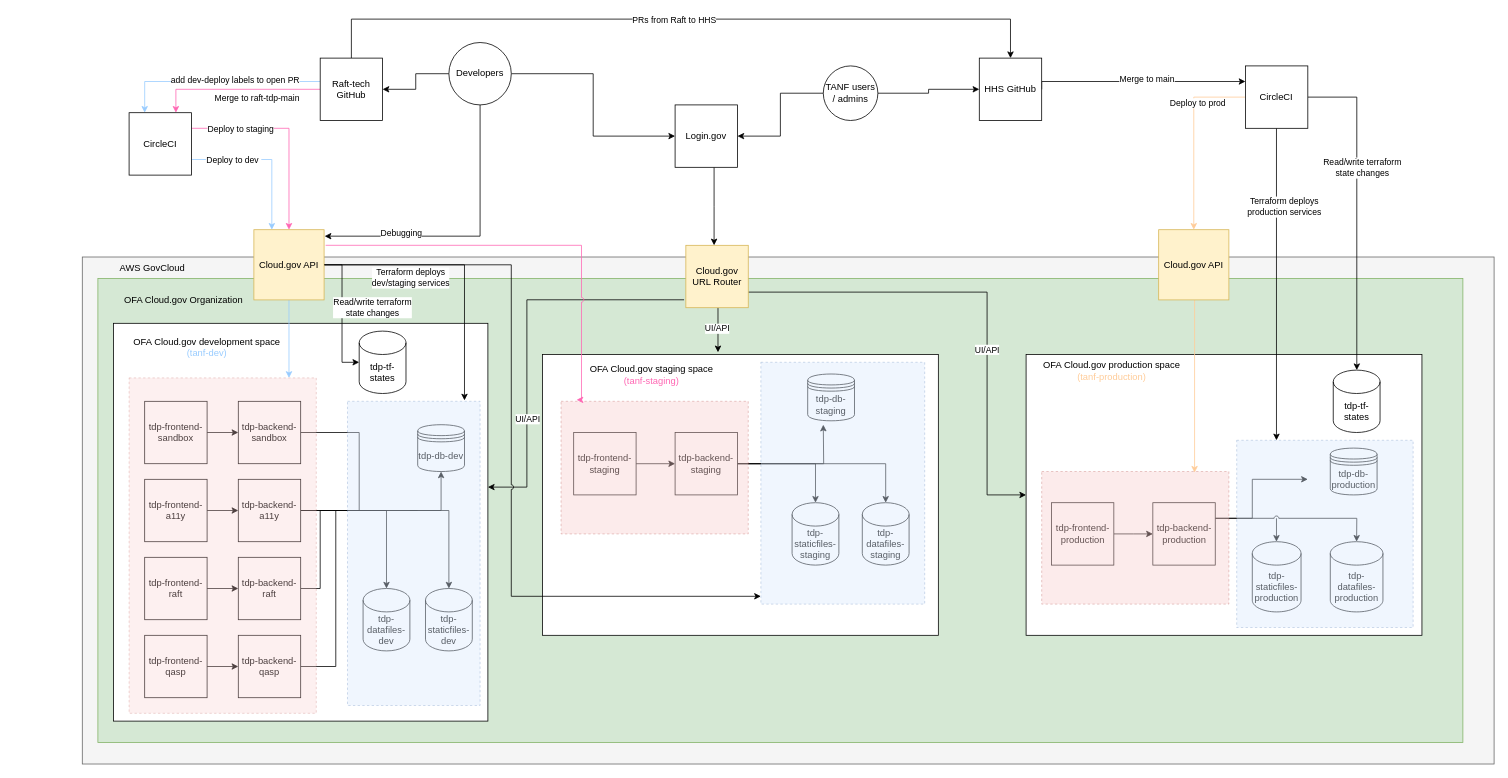
This is docs/Technical-Documentation/diagrams/tdp-environment-architecture.drawio from HHS/TANF-app, a draw.io file, before an edit. Source tidied: cells renumbered, new cells numbered last; positions are measured from the earlier drawing's top-left corner, leaving out a move shared by most shapes. Both pictures are drawn from the tidied source at 78%, with x=0, y=0 at pixel (82, 19).
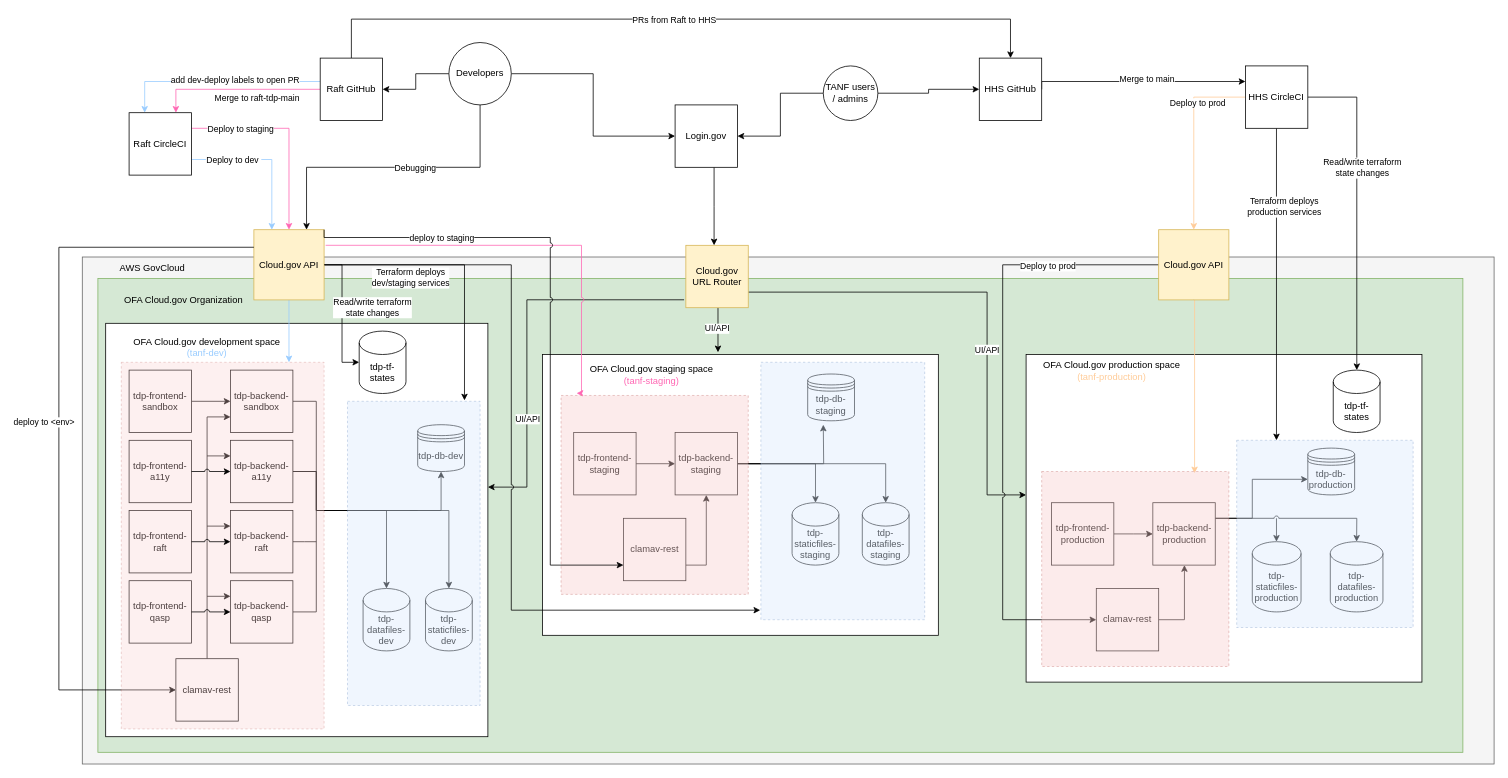
The same diagram, later.

Commit message (it also covers changes not shown here):
fix: Update diagram and docs with clamav and circleci details

Unchanged cells that the change refers to:
```xml
<mxCell id="35" value="Cloud.gov API" style="whiteSpace=wrap;html=1;fillColor=#fff2cc;strokeColor=#d6b656;" parent="1" vertex="1">
  <mxGeometry x="220" y="270" width="90" height="90" as="geometry" />
</mxCell>
<mxCell id="40" value="tdp-staticfiles-dev" style="shape=cylinder3;whiteSpace=wrap;html=1;boundedLbl=1;backgroundOutline=1;size=15;" parent="1" vertex="1">
  <mxGeometry x="440" y="730" width="60" height="80" as="geometry" />
</mxCell>
<mxCell id="41" value="tdp-datafiles-dev" style="shape=cylinder3;whiteSpace=wrap;html=1;boundedLbl=1;backgroundOutline=1;size=15;" parent="1" vertex="1">
  <mxGeometry x="360" y="730" width="60" height="80" as="geometry" />
</mxCell>
<mxCell id="68" value="tdp-backend-staging" style="whiteSpace=wrap;html=1;" parent="1" vertex="1">
  <mxGeometry x="760" y="530" width="80" height="80" as="geometry" />
</mxCell>
<mxCell id="77" value="tdp-backend-production" style="whiteSpace=wrap;html=1;" parent="1" vertex="1">
  <mxGeometry x="1372.5" y="620" width="80" height="80" as="geometry" />
</mxCell>
<mxCell id="87" value="Cloud.gov API" style="whiteSpace=wrap;html=1;fillColor=#fff2cc;strokeColor=#d6b656;" parent="1" vertex="1">
  <mxGeometry x="1380" y="270" width="90" height="90" as="geometry" />
</mxCell>
<mxCell id="101" value="Developers" style="ellipse;whiteSpace=wrap;html=1;strokeColor=#000000;fillColor=#ffffff;gradientColor=none;" parent="1" vertex="1">
  <mxGeometry x="470" y="30" width="80" height="80" as="geometry" />
</mxCell>
```

Diff of the diagram source:
```diff
@@
     <mxCell id="3" style="rounded=0;whiteSpace=wrap;html=1;fillColor=#d5e8d4;strokeColor=#82b366;" parent="1" vertex="1">
-      <mxGeometry x="20" y="332.5" width="1750" height="595" as="geometry" />
+      <mxGeometry x="20" y="332.5" width="1750" height="607.5" as="geometry" />
     </mxCell>
@@
     <mxCell id="6" style="rounded=0;whiteSpace=wrap;html=1;" parent="1" vertex="1">
-      <mxGeometry x="1210" y="430" width="507.5" height="360" as="geometry" />
+      <mxGeometry x="1210" y="430" width="507.5" height="420" as="geometry" />
     </mxCell>
@@
-    <mxCell id="18" value="Raft-tech GitHub" style="whiteSpace=wrap;html=1;" parent="1" vertex="1">
+    <mxCell id="18" value="Raft GitHub" style="whiteSpace=wrap;html=1;" parent="1" vertex="1">
       <mxGeometry x="305" y="50" width="80" height="80" as="geometry" />
     </mxCell>
@@
-    <mxCell id="23" value="CircleCI" style="whiteSpace=wrap;html=1;" parent="1" vertex="1">
+    <mxCell id="23" value="Raft CircleCI" style="whiteSpace=wrap;html=1;" parent="1" vertex="1">
       <mxGeometry x="60" y="120" width="80" height="80" as="geometry" />
     </mxCell>
@@
     <mxCell id="26" style="rounded=0;whiteSpace=wrap;html=1;" parent="1" vertex="1">
-      <mxGeometry x="40" y="390" width="480" height="510" as="geometry" />
+      <mxGeometry x="30" y="390" width="490" height="530" as="geometry" />
     </mxCell>
@@
     <mxCell id="43" value="tdp-frontend-sandbox" style="whiteSpace=wrap;html=1;" parent="1" vertex="1">
-      <mxGeometry x="80" y="490" width="80" height="80" as="geometry" />
+      <mxGeometry x="60" y="450" width="80" height="80" as="geometry" />
     </mxCell>
     <mxCell id="44" style="edgeStyle=elbowEdgeStyle;rounded=0;jettySize=auto;html=1;endArrow=none;endFill=0;" parent="1" edge="1" source="45">
       <mxGeometry relative="1" as="geometry">
         <mxPoint x="430" y="630" as="targetPoint" />
+        <Array as="points">
+          <mxPoint x="300" y="570" />
+        </Array>
       </mxGeometry>
     </mxCell>
     <mxCell id="45" value="tdp-backend-sandbox" style="whiteSpace=wrap;html=1;" parent="1" vertex="1">
-      <mxGeometry x="200" y="490" width="80" height="80" as="geometry" />
+      <mxGeometry x="190" y="450" width="80" height="80" as="geometry" />
     </mxCell>
-    <mxCell id="46" style="edgeStyle=orthogonalEdgeStyle;rounded=0;jettySize=auto;html=1;entryX=0;entryY=0.5;entryDx=0;entryDy=0;" parent="1" edge="1" source="47" target="50">
-      <mxGeometry relative="1" as="geometry" />
-    </mxCell>
     <mxCell id="47" value="tdp-frontend-a11y" style="whiteSpace=wrap;html=1;" parent="1" vertex="1">
-      <mxGeometry x="80" y="590" width="80" height="80" as="geometry" />
+      <mxGeometry x="60" y="540" width="80" height="80" as="geometry" />
     </mxCell>
     <mxCell id="48" style="edgeStyle=orthogonalEdgeStyle;rounded=0;jettySize=auto;html=1;" parent="1" edge="1" source="50" target="41">
-      <mxGeometry relative="1" as="geometry" />
+      <mxGeometry relative="1" as="geometry">
+        <Array as="points">
+          <mxPoint x="300" y="580" />
+          <mxPoint x="300" y="630" />
+          <mxPoint x="390" y="630" />
+        </Array>
+      </mxGeometry>
     </mxCell>
-    <mxCell id="49" style="edgeStyle=orthogonalEdgeStyle;rounded=0;jettySize=auto;html=1;" parent="1" edge="1" source="50" target="40">
-      <mxGeometry relative="1" as="geometry" />
+    <mxCell id="49" style="edgeStyle=orthogonalEdgeStyle;rounded=0;jettySize=auto;html=1;exitX=1;exitY=0.5;exitDx=0;exitDy=0;" parent="1" edge="1" source="50" target="40">
+      <mxGeometry relative="1" as="geometry">
+        <Array as="points">
+          <mxPoint x="300" y="580" />
+          <mxPoint x="300" y="630" />
+          <mxPoint x="470" y="630" />
+        </Array>
+      </mxGeometry>
     </mxCell>
+    <mxCell id="109" style="edgeStyle=orthogonalEdgeStyle;rounded=0;jettySize=auto;html=1;exitX=0;exitY=0.25;exitDx=0;exitDy=0;endArrow=none;endFill=0;startArrow=classic;startFill=1;" parent="1" edge="1" source="50">
+      <mxGeometry relative="1" as="geometry">
+        <mxPoint x="160" y="560.1" as="targetPoint" />
+      </mxGeometry>
+    </mxCell>
     <mxCell id="50" value="tdp-backend-a11y" style="whiteSpace=wrap;html=1;" parent="1" vertex="1">
-      <mxGeometry x="200" y="590" width="80" height="80" as="geometry" />
+      <mxGeometry x="190" y="540" width="80" height="80" as="geometry" />
     </mxCell>
-    <mxCell id="51" style="edgeStyle=orthogonalEdgeStyle;rounded=0;jettySize=auto;html=1;" parent="1" edge="1" source="52" target="54">
-      <mxGeometry relative="1" as="geometry" />
-    </mxCell>
     <mxCell id="52" value="tdp-frontend-raft" style="whiteSpace=wrap;html=1;" parent="1" vertex="1">
-      <mxGeometry x="80" y="690" width="80" height="80" as="geometry" />
+      <mxGeometry x="60" y="630" width="80" height="80" as="geometry" />
     </mxCell>
     <mxCell id="53" style="edgeStyle=elbowEdgeStyle;rounded=0;jettySize=auto;html=1;endArrow=none;endFill=0;" parent="1" edge="1" source="54">
       <mxGeometry relative="1" as="geometry">
-        <mxPoint x="330" y="630" as="targetPoint" />
+        <mxPoint x="300" y="670" as="targetPoint" />
       </mxGeometry>
     </mxCell>
+    <mxCell id="110" style="edgeStyle=orthogonalEdgeStyle;rounded=0;jettySize=auto;html=1;exitX=0;exitY=0.25;exitDx=0;exitDy=0;endArrow=none;endFill=0;startArrow=classic;startFill=1;" parent="1" edge="1" source="54">
+      <mxGeometry relative="1" as="geometry">
+        <mxPoint x="160" y="649.9" as="targetPoint" />
+      </mxGeometry>
+    </mxCell>
     <mxCell id="54" value="tdp-backend-raft" style="whiteSpace=wrap;html=1;" parent="1" vertex="1">
-      <mxGeometry x="200" y="690" width="80" height="80" as="geometry" />
+      <mxGeometry x="190" y="630" width="80" height="80" as="geometry" />
     </mxCell>
-    <mxCell id="55" style="edgeStyle=orthogonalEdgeStyle;rounded=0;jettySize=auto;html=1;entryX=0;entryY=0.5;entryDx=0;entryDy=0;" parent="1" edge="1" source="56" target="58">
-      <mxGeometry relative="1" as="geometry" />
-    </mxCell>
     <mxCell id="56" value="tdp-frontend-qasp" style="whiteSpace=wrap;html=1;" parent="1" vertex="1">
-      <mxGeometry x="80" y="790" width="80" height="80" as="geometry" />
+      <mxGeometry x="60" y="720" width="80" height="80" as="geometry" />
     </mxCell>
     <mxCell id="57" style="edgeStyle=elbowEdgeStyle;rounded=0;jettySize=auto;html=1;endArrow=none;endFill=0;" parent="1" edge="1" source="58">
       <mxGeometry relative="1" as="geometry">
-        <mxPoint x="370" y="630" as="targetPoint" />
+        <mxPoint x="300" y="630" as="targetPoint" />
+        <Array as="points">
+          <mxPoint x="300" y="700" />
+        </Array>
       </mxGeometry>
     </mxCell>
+    <mxCell id="111" style="edgeStyle=orthogonalEdgeStyle;rounded=0;jettySize=auto;html=1;exitX=0;exitY=0.25;exitDx=0;exitDy=0;endArrow=none;endFill=0;startArrow=classic;startFill=1;" parent="1" edge="1" source="58">
+      <mxGeometry relative="1" as="geometry">
+        <mxPoint x="160" y="740.1" as="targetPoint" />
+      </mxGeometry>
+    </mxCell>
     <mxCell id="58" value="tdp-backend-qasp" style="whiteSpace=wrap;html=1;" parent="1" vertex="1">
-      <mxGeometry x="200" y="790" width="80" height="80" as="geometry" />
+      <mxGeometry x="190" y="720" width="80" height="80" as="geometry" />
     </mxCell>
@@
-    <mxCell id="79" style="rounded=0;whiteSpace=wrap;html=1;dashed=1;fillColor=#f8cecc;strokeColor=#b85450;opacity=40;" parent="1" vertex="1">
-      <mxGeometry x="1230" y="580" width="240" height="170" as="geometry" />
-    </mxCell>
-    <mxCell id="80" style="rounded=0;whiteSpace=wrap;html=1;dashed=1;fillColor=#f8cecc;strokeColor=#b85450;opacity=30;" parent="1" vertex="1">
-      <mxGeometry x="60" y="460" width="240" height="430" as="geometry" />
-    </mxCell>
-    <mxCell id="81" style="rounded=0;whiteSpace=wrap;html=1;dashed=1;fillColor=#f8cecc;strokeColor=#b85450;opacity=40;" parent="1" vertex="1">
-      <mxGeometry x="613.8" y="490" width="240" height="170" as="geometry" />
-    </mxCell>
-    <mxCell id="82" style="edgeStyle=elbowEdgeStyle;rounded=0;jettySize=auto;html=1;startArrow=none;startFill=0;endArrow=classic;endFill=1;jumpStyle=arc;" parent="1" edge="1" source="35" target="105">
+    <mxCell id="82" style="edgeStyle=elbowEdgeStyle;rounded=0;jettySize=auto;html=1;startArrow=none;startFill=0;endArrow=classic;endFill=1;jumpStyle=arc;entryX=-0.004;entryY=0.963;entryDx=0;entryDy=0;entryPerimeter=0;" parent="1" edge="1" source="35" target="105">
       <mxGeometry relative="1" as="geometry">
         <Array as="points">
           <mxPoint x="550" y="740" />
           <mxPoint x="970" y="380" />
         </Array>
       </mxGeometry>
     </mxCell>
@@
+    <mxCell id="112" style="edgeStyle=elbowEdgeStyle;rounded=0;jumpStyle=arc;jettySize=auto;elbow=vertical;html=1;startArrow=none;startFill=0;endArrow=classic;endFill=1;" parent="1" edge="1" source="87" target="3">
+      <mxGeometry relative="1" as="geometry" />
+    </mxCell>
+    <mxCell id="113" style="edgeStyle=elbowEdgeStyle;rounded=0;jumpStyle=arc;jettySize=auto;html=1;entryX=0;entryY=0.5;entryDx=0;entryDy=0;startArrow=none;startFill=0;endArrow=classic;endFill=1;exitX=0;exitY=0.5;exitDx=0;exitDy=0;" parent="1" edge="1" source="87" target="120">
+      <mxGeometry relative="1" as="geometry">
+        <Array as="points">
+          <mxPoint x="1180" y="540" />
+        </Array>
+      </mxGeometry>
+    </mxCell>
+    <mxCell id="114" value="Deploy to prod" style="edgeLabel;html=1;align=center;verticalAlign=middle;" parent="113" vertex="1">
+      <mxGeometry x="-0.63" y="1" relative="1" as="geometry" />
+    </mxCell>
@@
-    <mxCell id="97" value="CircleCI" style="whiteSpace=wrap;html=1;" parent="1" vertex="1">
+    <mxCell id="97" value="HHS CircleCI" style="whiteSpace=wrap;html=1;" parent="1" vertex="1">
       <mxGeometry x="1491.2" y="60" width="80" height="80" as="geometry" />
     </mxCell>
@@
-    <mxCell id="99" style="edgeStyle=elbowEdgeStyle;rounded=0;jumpStyle=arc;jettySize=auto;html=1;entryX=1.008;entryY=0.092;entryDx=0;entryDy=0;startArrow=none;startFill=0;endArrow=classic;endFill=1;strokeColor=#000000;entryPerimeter=0;" parent="1" edge="1" source="101" target="35">
-      <mxGeometry relative="1" as="geometry">
-        <Array as="points">
-          <mxPoint x="510" y="190" />
-        </Array>
-      </mxGeometry>
+    <mxCell id="99" style="edgeStyle=elbowEdgeStyle;rounded=0;jumpStyle=arc;jettySize=auto;html=1;startArrow=none;startFill=0;endArrow=classic;endFill=1;strokeColor=#000000;exitX=0.5;exitY=1;exitDx=0;exitDy=0;entryX=0.75;entryY=0;entryDx=0;entryDy=0;elbow=vertical;" parent="1" edge="1" source="101" target="35">
+      <mxGeometry relative="1" as="geometry" />
     </mxCell>
     <mxCell id="100" value="Debugging" style="edgeLabel;html=1;align=center;verticalAlign=middle;" parent="99" vertex="1">
-      <mxGeometry x="0.47" y="-4" relative="1" as="geometry" />
+      <mxGeometry x="0.47" y="-4" relative="1" as="geometry">
+        <mxPoint x="117" y="4" as="offset" />
+      </mxGeometry>
     </mxCell>
@@
     <mxCell id="105" style="rounded=0;whiteSpace=wrap;html=1;dashed=1;fillColor=#dae8fc;strokeColor=#6c8ebf;opacity=40;" parent="1" vertex="1">
-      <mxGeometry x="870" y="440" width="210" height="310" as="geometry" />
+      <mxGeometry x="870" y="440" width="210" height="330" as="geometry" />
     </mxCell>
+    <mxCell id="115" style="edgeStyle=orthogonalEdgeStyle;rounded=0;jettySize=auto;html=1;endArrow=classic;endFill=1;entryX=0;entryY=0.75;entryDx=0;entryDy=0;" parent="1" edge="1" source="116" target="45">
+      <mxGeometry relative="1" as="geometry">
+        <Array as="points">
+          <mxPoint x="160" y="510" />
+        </Array>
+      </mxGeometry>
+    </mxCell>
+    <mxCell id="116" value="clamav-rest" style="whiteSpace=wrap;html=1;" parent="1" vertex="1">
+      <mxGeometry x="120" y="820" width="80" height="80" as="geometry" />
+    </mxCell>
@@
     <mxCell id="107" value="tdp-db-production" style="shape=datastore;whiteSpace=wrap;html=1;strokeColor=#000000;fillColor=#ffffff;gradientColor=none;" parent="1" vertex="1">
-      <mxGeometry x="1600" y="550" width="60" height="60" as="geometry" />
+      <mxGeometry x="1571.2" y="550" width="60" height="60" as="geometry" />
     </mxCell>
@@
+    <mxCell id="117" style="edgeStyle=orthogonalEdgeStyle;rounded=0;jumpStyle=arc;jettySize=auto;html=1;startArrow=none;startFill=0;endArrow=classic;endFill=1;" parent="1" edge="1" source="118" target="68">
+      <mxGeometry relative="1" as="geometry">
+        <Array as="points">
+          <mxPoint x="800" y="700" />
+        </Array>
+      </mxGeometry>
+    </mxCell>
+    <mxCell id="118" value="clamav-rest" style="whiteSpace=wrap;html=1;" parent="1" vertex="1">
+      <mxGeometry x="693.8" y="640" width="80" height="80" as="geometry" />
+    </mxCell>
+    <mxCell id="119" style="edgeStyle=elbowEdgeStyle;rounded=0;jumpStyle=arc;jettySize=auto;html=1;entryX=0.5;entryY=1;entryDx=0;entryDy=0;startArrow=none;startFill=0;endArrow=classic;endFill=1;exitX=1;exitY=0.5;exitDx=0;exitDy=0;" parent="1" edge="1" source="120" target="77">
+      <mxGeometry relative="1" as="geometry">
+        <Array as="points">
+          <mxPoint x="1413" y="730" />
+        </Array>
+      </mxGeometry>
+    </mxCell>
+    <mxCell id="120" value="clamav-rest" style="whiteSpace=wrap;html=1;" parent="1" vertex="1">
+      <mxGeometry x="1300" y="730" width="80" height="80" as="geometry" />
+    </mxCell>
+    <mxCell id="121" style="edgeStyle=orthogonalEdgeStyle;rounded=0;jettySize=auto;html=1;entryX=0;entryY=0.5;entryDx=0;entryDy=0;exitX=0;exitY=0.25;exitDx=0;exitDy=0;" parent="1" edge="1" source="35" target="116">
+      <mxGeometry relative="1" as="geometry">
+        <Array as="points">
+          <mxPoint x="-30" y="293" />
+          <mxPoint x="-30" y="860" />
+        </Array>
+      </mxGeometry>
+    </mxCell>
+    <mxCell id="122" value="deploy to &amp;lt;env&amp;gt;" style="edgeLabel;html=1;align=center;verticalAlign=middle;" parent="121" vertex="1">
+      <mxGeometry x="-0.11" y="-1" relative="1" as="geometry">
+        <mxPoint x="-19" y="43" as="offset" />
+      </mxGeometry>
+    </mxCell>
+    <mxCell id="80" style="rounded=0;whiteSpace=wrap;html=1;dashed=1;fillColor=#f8cecc;strokeColor=#b85450;opacity=30;" parent="1" vertex="1">
+      <mxGeometry x="50" y="440" width="260" height="470" as="geometry" />
+    </mxCell>
+    <mxCell id="81" style="rounded=0;whiteSpace=wrap;html=1;dashed=1;fillColor=#f8cecc;strokeColor=#b85450;opacity=40;" parent="1" vertex="1">
+      <mxGeometry x="613.8" y="482.5" width="240" height="255" as="geometry" />
+    </mxCell>
+    <mxCell id="55" style="edgeStyle=orthogonalEdgeStyle;rounded=0;jettySize=auto;html=1;entryX=0;entryY=0.5;entryDx=0;entryDy=0;jumpStyle=arc;" parent="1" edge="1" source="56" target="58">
+      <mxGeometry relative="1" as="geometry" />
+    </mxCell>
+    <mxCell id="51" style="edgeStyle=orthogonalEdgeStyle;rounded=0;jettySize=auto;html=1;jumpStyle=arc;" parent="1" edge="1" source="52" target="54">
+      <mxGeometry relative="1" as="geometry" />
+    </mxCell>
+    <mxCell id="46" style="edgeStyle=orthogonalEdgeStyle;rounded=0;jettySize=auto;html=1;entryX=0;entryY=0.5;entryDx=0;entryDy=0;jumpStyle=arc;" parent="1" edge="1" source="47" target="50">
+      <mxGeometry relative="1" as="geometry" />
+    </mxCell>
+    <mxCell id="123" style="edgeStyle=orthogonalEdgeStyle;rounded=0;jettySize=auto;html=1;jumpStyle=arc;exitX=1;exitY=0;exitDx=0;exitDy=0;" parent="1" edge="1" source="35" target="118">
+      <mxGeometry relative="1" as="geometry">
+        <Array as="points">
+          <mxPoint x="310" y="280" />
+          <mxPoint x="600" y="280" />
+          <mxPoint x="600" y="700" />
+        </Array>
+      </mxGeometry>
+    </mxCell>
+    <mxCell id="124" value="deploy to staging" style="edgeLabel;html=1;align=center;verticalAlign=middle;" parent="123" vertex="1">
+      <mxGeometry x="0.26" relative="1" as="geometry">
+        <mxPoint x="-140" y="-213" as="offset" />
+      </mxGeometry>
+    </mxCell>
+    <mxCell id="79" style="rounded=0;whiteSpace=wrap;html=1;dashed=1;fillColor=#f8cecc;strokeColor=#b85450;opacity=40;" parent="1" vertex="1">
+      <mxGeometry x="1230" y="580" width="240" height="250" as="geometry" />
+    </mxCell>
```
